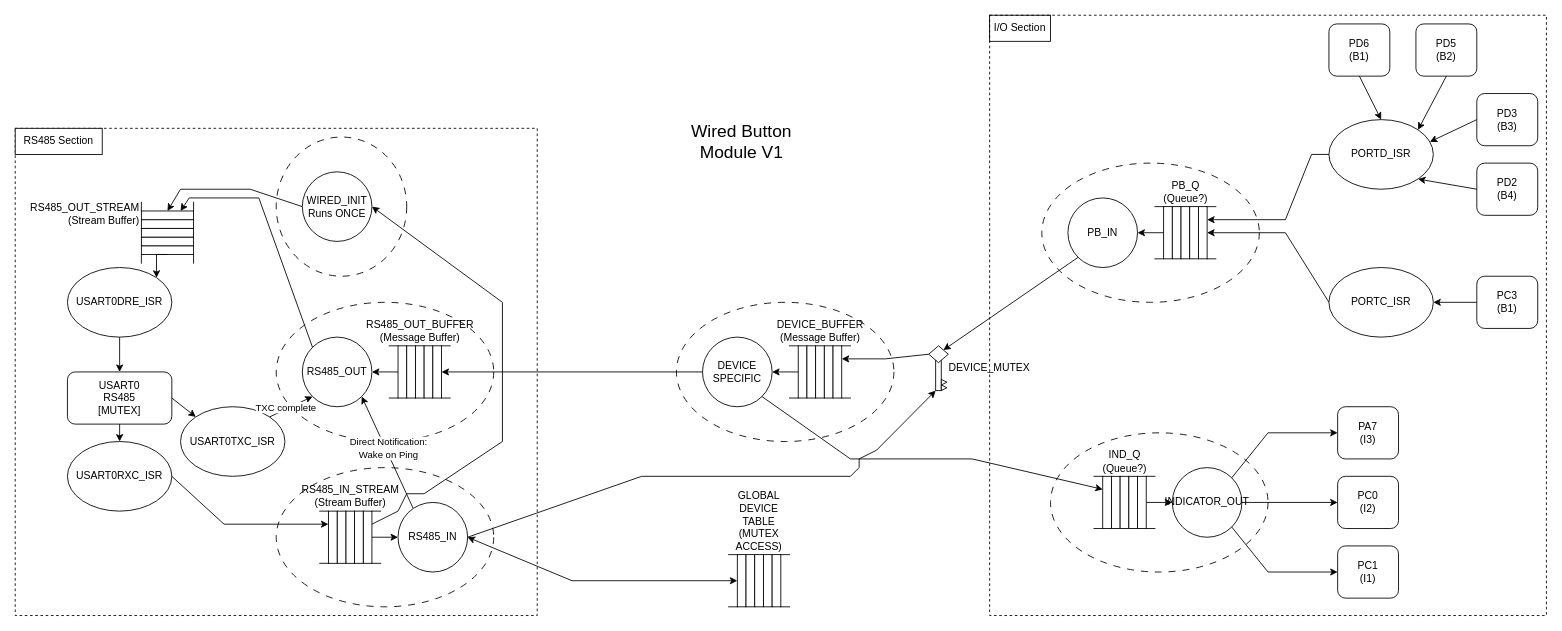
This is Software/MVP/WLD/WLD RTOS v1.drawio from lcq309/ENEL400, a draw.io file, before an edit. Source tidied: cells renumbered, new cells numbered last; positions are measured from the earlier drawing's top-left corner, leaving out a move shared by most shapes. Both pictures are drawn from the tidied source at 87%, with x=0, y=0 at pixel (15, 15).
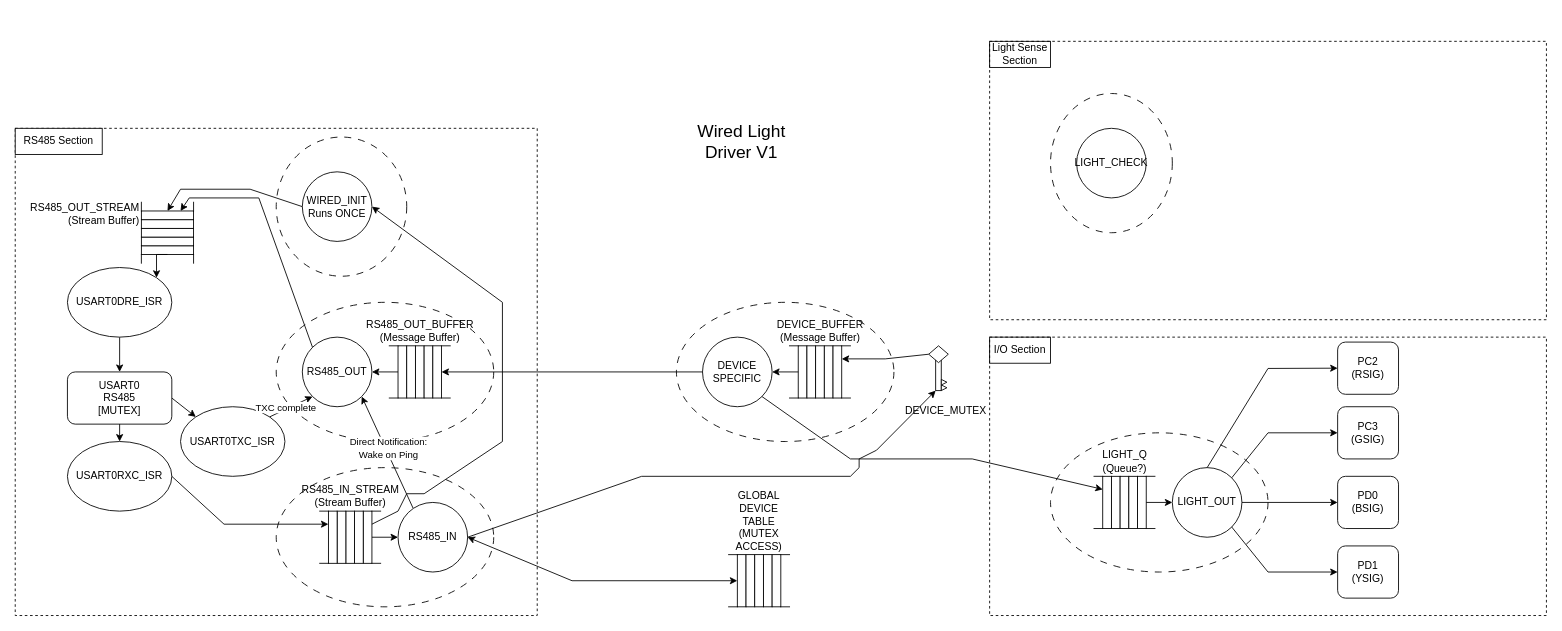
The same page after the edit.

Unchanged cells that the change refers to:
```xml
<mxCell id="86" style="group;flipH=1;" parent="1" vertex="1">
  <mxGeometry x="1190" y="480" width="250" height="160" as="geometry" />
</mxCell>
<mxCell id="88" style="group;flipH=0;" parent="86" vertex="1">
  <mxGeometry x="50" y="50" width="70" height="60" as="geometry" />
</mxCell>
<mxCell id="101" style="rhombus;whiteSpace=wrap;html=1;" parent="99" vertex="1">
  <mxGeometry width="22.5" height="19.3" as="geometry" />
</mxCell>
```

Diff of the diagram source:
```diff
@@
     <mxCell id="2" style="rounded=0;whiteSpace=wrap;html=1;fillColor=none;dashed=1;" parent="1" vertex="1">
-      <mxGeometry x="1120" width="640" height="690" as="geometry" />
+      <mxGeometry x="1120" y="370" width="640" height="320" as="geometry" />
     </mxCell>
@@
-    <mxCell id="74" style="group;" parent="1" vertex="1">
-      <mxGeometry x="1180" y="170" width="250" height="160" as="geometry" />
-    </mxCell>
-    <mxCell id="75" style="ellipse;whiteSpace=wrap;html=1;dashed=1;dashPattern=8 8;flipH=0;" parent="74" vertex="1">
-      <mxGeometry width="250" height="160" as="geometry" />
-    </mxCell>
-    <mxCell id="76" style="group;flipH=0;" parent="74" vertex="1">
-      <mxGeometry x="130" y="50" width="70" height="60" as="geometry" />
-    </mxCell>
-    <mxCell id="77" style="rounded=0;whiteSpace=wrap;html=1;" parent="76" vertex="1">
-      <mxGeometry x="10" width="10" height="60" as="geometry" />
-    </mxCell>
-    <mxCell id="78" style="rounded=0;whiteSpace=wrap;html=1;" parent="76" vertex="1">
-      <mxGeometry x="20" width="10" height="60" as="geometry" />
-    </mxCell>
-    <mxCell id="79" value="PB_Q&lt;br&gt;(Queue?)" style="rounded=0;labelPosition=center;verticalLabelPosition=top;align=center;verticalAlign=bottom;html=1;" parent="76" vertex="1">
-      <mxGeometry x="30" width="10" height="60" as="geometry" />
-    </mxCell>
-    <mxCell id="80" style="rounded=0;whiteSpace=wrap;html=1;" parent="76" vertex="1">
-      <mxGeometry x="40" width="10" height="60" as="geometry" />
-    </mxCell>
-    <mxCell id="81" style="rounded=0;whiteSpace=wrap;html=1;" parent="76" vertex="1">
-      <mxGeometry x="50" width="10" height="60" as="geometry" />
-    </mxCell>
-    <mxCell id="82" style="shape=partialRectangle;whiteSpace=wrap;html=1;top=0;bottom=0;fillColor=none;direction=south;" parent="76" vertex="1">
-      <mxGeometry x="60" width="10" height="60" as="geometry" />
-    </mxCell>
-    <mxCell id="83" style="shape=partialRectangle;whiteSpace=wrap;html=1;top=0;bottom=0;fillColor=none;direction=south;" parent="76" vertex="1">
-      <mxGeometry width="10" height="60" as="geometry" />
-    </mxCell>
-    <mxCell id="84" value="PB_IN" style="ellipse;whiteSpace=wrap;html=1;flipH=0;" parent="74" vertex="1">
-      <mxGeometry x="30" y="40" width="80" height="80" as="geometry" />
-    </mxCell>
-    <mxCell id="85" style="endArrow=classic;html=1;rounded=0;" parent="74" edge="1">
-      <mxGeometry relative="1" as="geometry">
-        <mxPoint x="140" y="80" as="sourcePoint" />
-        <mxPoint x="110" y="80" as="targetPoint" />
-      </mxGeometry>
-    </mxCell>
@@
-    <mxCell id="91" value="IND_Q&lt;br&gt;(Queue?)" style="rounded=0;labelPosition=center;verticalLabelPosition=top;align=center;verticalAlign=bottom;html=1;" parent="88" vertex="1">
+    <mxCell id="91" value="LIGHT_Q&lt;br&gt;(Queue?)" style="rounded=0;labelPosition=center;verticalLabelPosition=top;align=center;verticalAlign=bottom;html=1;" parent="88" vertex="1">
       <mxGeometry x="30" width="10" height="60" as="geometry" />
     </mxCell>
@@
-    <mxCell id="96" value="INDICATOR_OUT" style="ellipse;whiteSpace=wrap;html=1;flipH=0;" parent="86" vertex="1">
+    <mxCell id="96" value="LIGHT_OUT" style="ellipse;whiteSpace=wrap;html=1;flipH=0;" parent="86" vertex="1">
       <mxGeometry x="140" y="40" width="80" height="80" as="geometry" />
     </mxCell>
@@
-    <mxCell id="104" style="rounded=0;jettySize=auto;html=1;exitX=0;exitY=1;exitDx=0;exitDy=0;entryX=1;entryY=0;entryDx=0;entryDy=0;" parent="1" edge="1" source="84" target="101">
-      <mxGeometry relative="1" as="geometry" />
-    </mxCell>
@@
     <mxCell id="108" value="DEVICE_MUTEX" style="text;html=1;align=center;verticalAlign=middle;whiteSpace=wrap;rounded=0;" parent="1" vertex="1">
-      <mxGeometry x="1090" y="390.7" width="60" height="30" as="geometry" />
+      <mxGeometry x="1040" y="440" width="60" height="30" as="geometry" />
     </mxCell>
-    <mxCell id="109" value="PD6&lt;div&gt;(B1)&lt;/div&gt;" style="rounded=1;whiteSpace=wrap;html=1;" parent="1" vertex="1">
-      <mxGeometry x="1510" y="10" width="70" height="60" as="geometry" />
-    </mxCell>
-    <mxCell id="110" value="PD5&lt;div&gt;(B2)&lt;/div&gt;" style="rounded=1;whiteSpace=wrap;html=1;" parent="1" vertex="1">
-      <mxGeometry x="1610" y="10" width="70" height="60" as="geometry" />
-    </mxCell>
-    <mxCell id="111" value="PD3&lt;div&gt;(B3)&lt;/div&gt;" style="rounded=1;whiteSpace=wrap;html=1;" parent="1" vertex="1">
-      <mxGeometry x="1680" y="90" width="70" height="60" as="geometry" />
-    </mxCell>
-    <mxCell id="112" value="PD2&lt;div&gt;(B4)&lt;/div&gt;" style="rounded=1;whiteSpace=wrap;html=1;" parent="1" vertex="1">
-      <mxGeometry x="1680" y="170" width="70" height="60" as="geometry" />
-    </mxCell>
-    <mxCell id="113" value="PORTD_ISR" style="ellipse;whiteSpace=wrap;html=1;" parent="1" vertex="1">
-      <mxGeometry x="1510" y="120" width="120" height="80" as="geometry" />
-    </mxCell>
-    <mxCell id="114" style="rounded=0;jettySize=auto;html=1;exitX=0;exitY=0.5;exitDx=0;exitDy=0;entryX=0.5;entryY=1;entryDx=0;entryDy=0;" parent="1" edge="1" source="115" target="82">
-      <mxGeometry relative="1" as="geometry">
-        <Array as="points">
-          <mxPoint x="1460" y="250" />
-        </Array>
-      </mxGeometry>
-    </mxCell>
-    <mxCell id="115" value="PORTC_ISR" style="ellipse;whiteSpace=wrap;html=1;" parent="1" vertex="1">
-      <mxGeometry x="1510" y="290" width="120" height="80" as="geometry" />
-    </mxCell>
-    <mxCell id="116" style="edgeStyle=orthogonalEdgeStyle;rounded=0;jettySize=auto;html=1;exitX=0;exitY=0.5;exitDx=0;exitDy=0;entryX=1;entryY=0.5;entryDx=0;entryDy=0;" parent="1" edge="1" source="117" target="115">
-      <mxGeometry relative="1" as="geometry" />
-    </mxCell>
-    <mxCell id="117" value="PC3&lt;div&gt;(B1)&lt;/div&gt;" style="rounded=1;whiteSpace=wrap;html=1;" parent="1" vertex="1">
-      <mxGeometry x="1680" y="300" width="70" height="60" as="geometry" />
-    </mxCell>
-    <mxCell id="118" style="endArrow=classic;html=1;rounded=0;exitX=0;exitY=0.5;exitDx=0;exitDy=0;entryX=1;entryY=1;entryDx=0;entryDy=0;" parent="1" edge="1" source="112" target="113">
-      <mxGeometry relative="1" as="geometry" />
-    </mxCell>
-    <mxCell id="119" style="endArrow=classic;html=1;rounded=0;exitX=0;exitY=0.5;exitDx=0;exitDy=0;entryX=0.967;entryY=0.319;entryDx=0;entryDy=0;entryPerimeter=0;" parent="1" edge="1" source="111" target="113">
-      <mxGeometry relative="1" as="geometry" />
-    </mxCell>
-    <mxCell id="120" style="endArrow=classic;html=1;rounded=0;exitX=0.5;exitY=1;exitDx=0;exitDy=0;entryX=1;entryY=0;entryDx=0;entryDy=0;" parent="1" edge="1" source="110" target="113">
-      <mxGeometry relative="1" as="geometry" />
-    </mxCell>
-    <mxCell id="121" style="endArrow=classic;html=1;rounded=0;exitX=0.5;exitY=1;exitDx=0;exitDy=0;entryX=0.5;entryY=0;entryDx=0;entryDy=0;" parent="1" edge="1" source="109" target="113">
-      <mxGeometry relative="1" as="geometry" />
-    </mxCell>
-    <mxCell id="122" style="endArrow=classic;html=1;rounded=0;exitX=0;exitY=0.5;exitDx=0;exitDy=0;entryX=0.25;entryY=1;entryDx=0;entryDy=0;" parent="1" edge="1" source="113" target="82">
-      <mxGeometry relative="1" as="geometry">
-        <Array as="points">
-          <mxPoint x="1490" y="160" />
-          <mxPoint x="1460" y="235" />
-        </Array>
-      </mxGeometry>
-    </mxCell>
-    <mxCell id="123" value="&lt;div&gt;PA7&lt;/div&gt;&lt;div&gt;(I3)&lt;/div&gt;" style="rounded=1;whiteSpace=wrap;html=1;" parent="1" vertex="1">
+    <mxCell id="123" value="&lt;div&gt;PC3&lt;/div&gt;&lt;div&gt;(GSIG)&lt;/div&gt;" style="rounded=1;whiteSpace=wrap;html=1;" parent="1" vertex="1">
       <mxGeometry x="1520" y="450" width="70" height="60" as="geometry" />
     </mxCell>
-    <mxCell id="124" value="PC0&lt;div&gt;(I2)&lt;/div&gt;" style="rounded=1;whiteSpace=wrap;html=1;" parent="1" vertex="1">
+    <mxCell id="124" value="&lt;div&gt;PD0&lt;/div&gt;&lt;div&gt;(BSIG)&lt;/div&gt;" style="rounded=1;whiteSpace=wrap;html=1;" parent="1" vertex="1">
       <mxGeometry x="1520" y="530" width="70" height="60" as="geometry" />
     </mxCell>
-    <mxCell id="125" value="PC1&lt;div&gt;(I1)&lt;/div&gt;" style="rounded=1;whiteSpace=wrap;html=1;" parent="1" vertex="1">
+    <mxCell id="125" value="&lt;div&gt;PD1&lt;/div&gt;&lt;div&gt;(YSIG)&lt;/div&gt;" style="rounded=1;whiteSpace=wrap;html=1;" parent="1" vertex="1">
       <mxGeometry x="1520" y="610" width="70" height="60" as="geometry" />
     </mxCell>
@@
     <mxCell id="129" value="I/O Section" style="text;html=1;align=center;verticalAlign=middle;whiteSpace=wrap;rounded=0;strokeColor=default;" parent="1" vertex="1">
-      <mxGeometry x="1120" width="70" height="30" as="geometry" />
+      <mxGeometry x="1120" y="370" width="70" height="30" as="geometry" />
     </mxCell>
-    <mxCell id="130" value="Wired Button Module V1" style="text;html=1;align=center;verticalAlign=middle;whiteSpace=wrap;rounded=0;fontSize=20;" parent="1" vertex="1">
+    <mxCell id="130" value="Wired Light Driver V1" style="text;html=1;align=center;verticalAlign=middle;whiteSpace=wrap;rounded=0;fontSize=20;" parent="1" vertex="1">
       <mxGeometry x="760" y="130" width="150" height="30" as="geometry" />
     </mxCell>
@@
+    <mxCell id="132" value="&lt;div&gt;PC2&lt;/div&gt;&lt;div&gt;(RSIG)&lt;/div&gt;" style="rounded=1;whiteSpace=wrap;html=1;" parent="1" vertex="1">
+      <mxGeometry x="1520" y="375.7" width="70" height="60" as="geometry" />
+    </mxCell>
+    <mxCell id="133" style="endArrow=classic;html=1;rounded=0;exitX=0.5;exitY=0;exitDx=0;exitDy=0;entryX=0;entryY=0.5;entryDx=0;entryDy=0;" parent="1" edge="1" source="96" target="132">
+      <mxGeometry relative="1" as="geometry">
+        <Array as="points">
+          <mxPoint x="1440" y="406" />
+        </Array>
+      </mxGeometry>
+    </mxCell>
+    <mxCell id="134" style="rounded=0;whiteSpace=wrap;html=1;fillColor=none;dashed=1;" parent="1" vertex="1">
+      <mxGeometry x="1120" y="30" width="640" height="320" as="geometry" />
+    </mxCell>
+    <mxCell id="135" value="Light Sense&lt;div&gt;Section&lt;/div&gt;" style="text;html=1;align=center;verticalAlign=middle;whiteSpace=wrap;rounded=0;strokeColor=default;" parent="1" vertex="1">
+      <mxGeometry x="1120" y="30" width="70" height="30" as="geometry" />
+    </mxCell>
+    <mxCell id="136" style="ellipse;whiteSpace=wrap;html=1;dashed=1;dashPattern=8 8;flipH=0;" parent="1" vertex="1">
+      <mxGeometry x="1190" y="90" width="140" height="160" as="geometry" />
+    </mxCell>
+    <mxCell id="137" value="LIGHT_CHECK" style="ellipse;whiteSpace=wrap;html=1;flipH=0;" parent="1" vertex="1">
+      <mxGeometry x="1220" y="130" width="80" height="80" as="geometry" />
+    </mxCell>
```
